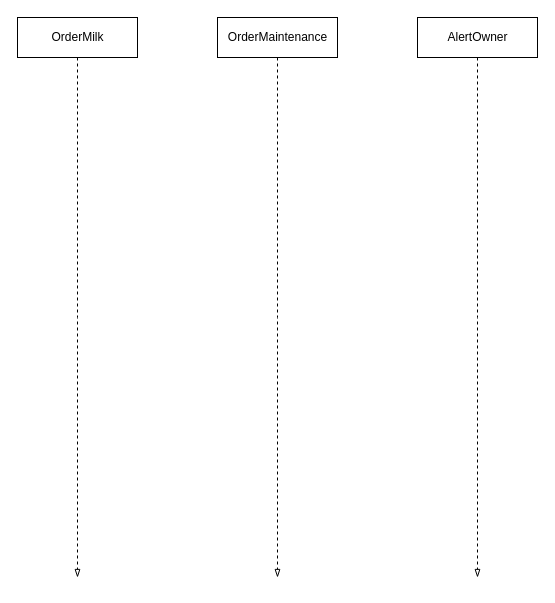
This is page "SequenceDiagram_SmartFridge" (2 of 2) of FinalExample.drawio from nateqdruen/CISC210Final, a draw.io file, before an edit. Source tidied: cells renumbered, new cells numbered last; positions are measured from the earlier drawing's top-left corner, leaving out a move shared by most shapes. Both pictures are drawn from the tidied source at 100%, with x=0, y=0 at pixel (17, 17).
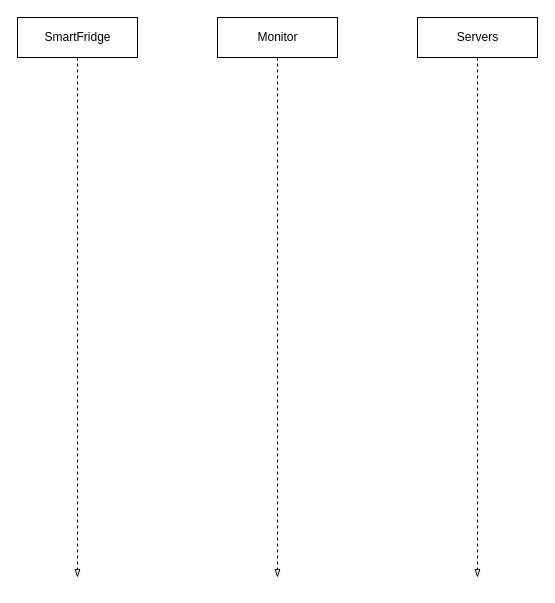
After the change.

Change to the diagram source:
```diff
@@
 <mxGraphModel>
   <root>
     <mxCell id="0" />
     <mxCell id="1" parent="0" />
     <mxCell id="2" style="edgeStyle=orthogonalEdgeStyle;rounded=0;jettySize=auto;html=1;endArrow=blockThin;endFill=0;dashed=1;" parent="1" edge="1" source="3">
       <mxGeometry relative="1" as="geometry">
         <mxPoint x="60" y="560" as="targetPoint" />
       </mxGeometry>
     </mxCell>
-    <mxCell id="3" value="OrderMilk" style="html=1;" parent="1" vertex="1">
+    <mxCell id="3" value="SmartFridge" style="html=1;" parent="1" vertex="1">
       <mxGeometry width="120" height="40" as="geometry" />
     </mxCell>
     <mxCell id="4" style="edgeStyle=orthogonalEdgeStyle;rounded=0;jettySize=auto;html=1;endArrow=blockThin;endFill=0;dashed=1;" parent="1" edge="1" source="5">
       <mxGeometry relative="1" as="geometry">
         <mxPoint x="260" y="560" as="targetPoint" />
       </mxGeometry>
     </mxCell>
-    <mxCell id="5" value="OrderMaintenance" style="html=1;" parent="1" vertex="1">
+    <mxCell id="5" value="Monitor" style="html=1;" parent="1" vertex="1">
       <mxGeometry x="200" width="120" height="40" as="geometry" />
     </mxCell>
     <mxCell id="6" style="edgeStyle=orthogonalEdgeStyle;rounded=0;jettySize=auto;html=1;endArrow=blockThin;endFill=0;dashed=1;" parent="1" edge="1" source="7">
       <mxGeometry relative="1" as="geometry">
         <mxPoint x="460" y="560" as="targetPoint" />
       </mxGeometry>
     </mxCell>
-    <mxCell id="7" value="&lt;div&gt;AlertOwner&lt;/div&gt;" style="html=1;" parent="1" vertex="1">
+    <mxCell id="7" value="Servers" style="html=1;" parent="1" vertex="1">
       <mxGeometry x="400" width="120" height="40" as="geometry" />
     </mxCell>
   </root>
 </mxGraphModel>
```
